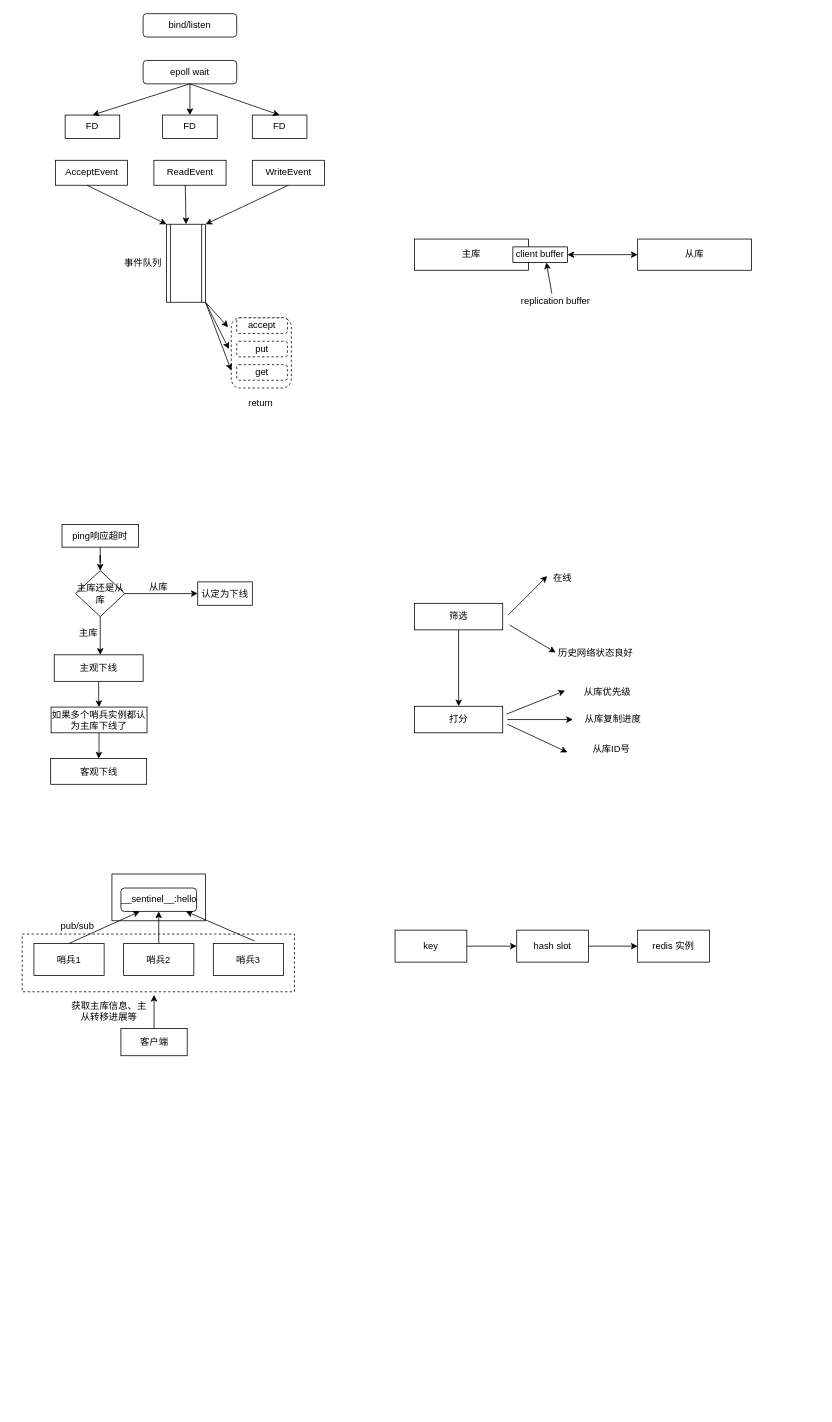
Above: Redis.drawio in BlankKelly/diagrams (draw.io), before the change. Source tidied: cells renumbered, new cells numbered last; positions are measured from the earlier drawing's top-left corner, leaving out a move shared by most shapes. Both pictures are drawn from the tidied source at 78%, with x=0, y=0 at pixel (22, 13).
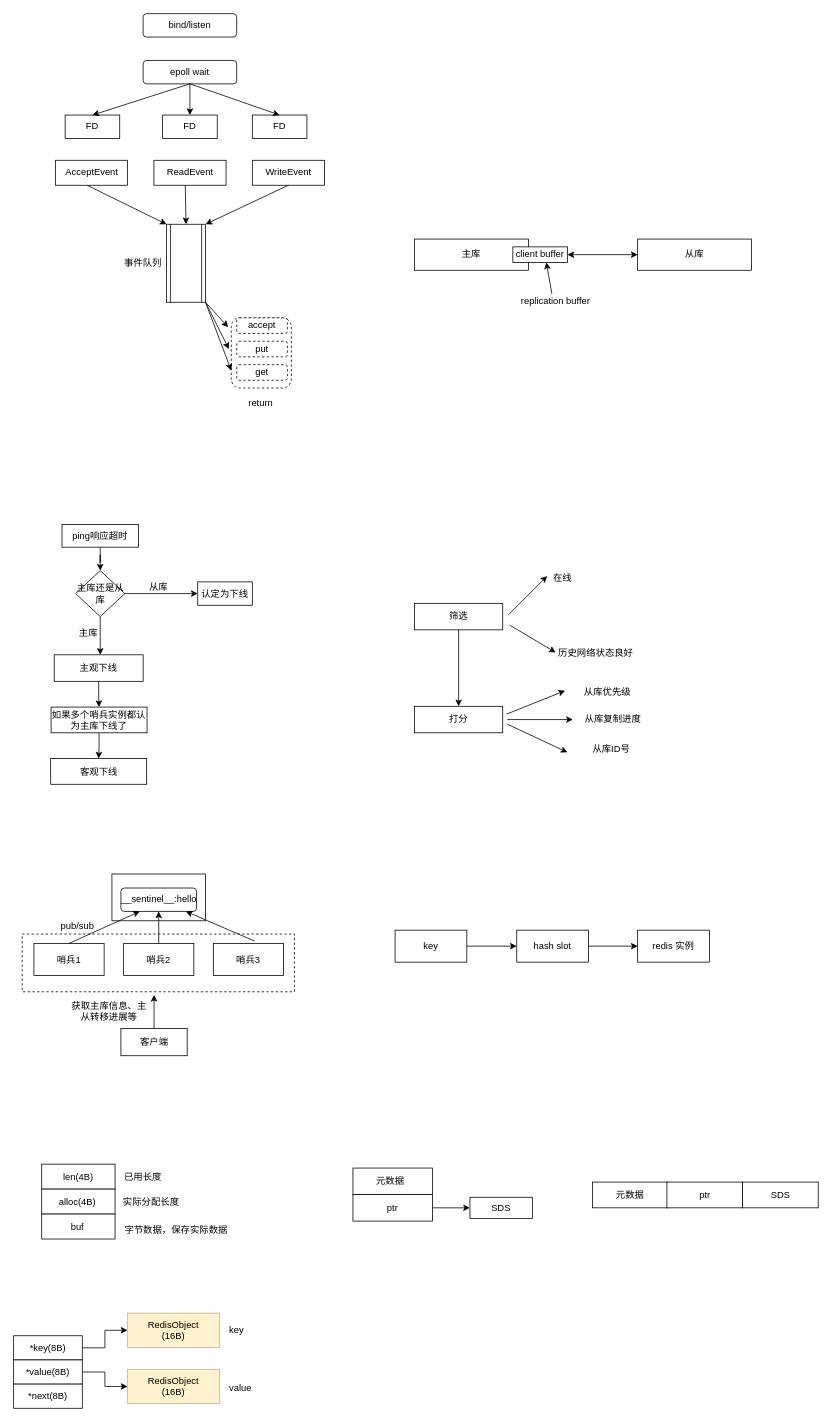
The same page after the edit.

Change to the diagram source:
```diff
@@
+    <mxCell id="76" style="rounded=0;whiteSpace=wrap;html=1;" parent="1" vertex="1">
+      <mxGeometry x="25" y="1475" width="94" height="32" as="geometry" />
+    </mxCell>
+    <mxCell id="77" style="rounded=0;whiteSpace=wrap;html=1;" parent="1" vertex="1">
+      <mxGeometry x="25" y="1507" width="94" height="32" as="geometry" />
+    </mxCell>
+    <mxCell id="78" style="rounded=0;whiteSpace=wrap;html=1;" parent="1" vertex="1">
+      <mxGeometry x="25" y="1539" width="94" height="32" as="geometry" />
+    </mxCell>
+    <mxCell id="79" value="len(4B)" style="text;html=1;strokeColor=none;fillColor=none;align=center;verticalAlign=middle;whiteSpace=wrap;rounded=0;" parent="1" vertex="1">
+      <mxGeometry x="42" y="1477" width="60" height="30" as="geometry" />
+    </mxCell>
+    <mxCell id="80" value="alloc(4B)" style="text;html=1;strokeColor=none;fillColor=none;align=center;verticalAlign=middle;whiteSpace=wrap;rounded=0;" parent="1" vertex="1">
+      <mxGeometry x="41" y="1509" width="60" height="30" as="geometry" />
+    </mxCell>
+    <mxCell id="81" value="buf" style="text;html=1;strokeColor=none;fillColor=none;align=center;verticalAlign=middle;whiteSpace=wrap;rounded=0;" parent="1" vertex="1">
+      <mxGeometry x="41" y="1541" width="60" height="30" as="geometry" />
+    </mxCell>
+    <mxCell id="82" value="已用长度" style="text;html=1;strokeColor=none;fillColor=none;align=center;verticalAlign=middle;whiteSpace=wrap;rounded=0;" parent="1" vertex="1">
+      <mxGeometry x="125" y="1477" width="60" height="30" as="geometry" />
+    </mxCell>
+    <mxCell id="83" value="字节数据，保存实际数据" style="text;html=1;strokeColor=none;fillColor=none;align=center;verticalAlign=middle;whiteSpace=wrap;rounded=0;" parent="1" vertex="1">
+      <mxGeometry x="115" y="1545" width="165" height="30" as="geometry" />
+    </mxCell>
+    <mxCell id="84" value="实际分配长度" style="text;html=1;strokeColor=none;fillColor=none;align=center;verticalAlign=middle;whiteSpace=wrap;rounded=0;" parent="1" vertex="1">
+      <mxGeometry x="111" y="1512.5" width="109" height="23" as="geometry" />
+    </mxCell>
+    <mxCell id="85" style="rounded=0;whiteSpace=wrap;html=1;" parent="1" vertex="1">
+      <mxGeometry x="424" y="1480" width="102" height="34" as="geometry" />
+    </mxCell>
+    <mxCell id="86" style="edgeStyle=orthogonalEdgeStyle;rounded=0;jettySize=auto;html=1;" parent="1" edge="1" source="87" target="90">
+      <mxGeometry relative="1" as="geometry" />
+    </mxCell>
+    <mxCell id="87" style="rounded=0;whiteSpace=wrap;html=1;" parent="1" vertex="1">
+      <mxGeometry x="424" y="1514" width="102" height="34" as="geometry" />
+    </mxCell>
+    <mxCell id="88" value="元数据" style="text;html=1;strokeColor=none;fillColor=none;align=center;verticalAlign=middle;whiteSpace=wrap;rounded=0;" parent="1" vertex="1">
+      <mxGeometry x="442" y="1482" width="60" height="30" as="geometry" />
+    </mxCell>
+    <mxCell id="89" value="ptr" style="text;html=1;strokeColor=none;fillColor=none;align=center;verticalAlign=middle;whiteSpace=wrap;rounded=0;" parent="1" vertex="1">
+      <mxGeometry x="445" y="1516" width="60" height="30" as="geometry" />
+    </mxCell>
+    <mxCell id="90" value="SDS" style="rounded=0;whiteSpace=wrap;html=1;" parent="1" vertex="1">
+      <mxGeometry x="574" y="1517.5" width="80" height="27" as="geometry" />
+    </mxCell>
+    <mxCell id="91" value="元数据" style="rounded=0;whiteSpace=wrap;html=1;" parent="1" vertex="1">
+      <mxGeometry x="731" y="1498" width="97" height="33" as="geometry" />
+    </mxCell>
+    <mxCell id="92" value="ptr" style="rounded=0;whiteSpace=wrap;html=1;" parent="1" vertex="1">
+      <mxGeometry x="826.5" y="1498" width="97" height="33" as="geometry" />
+    </mxCell>
+    <mxCell id="93" value="SDS" style="rounded=0;whiteSpace=wrap;html=1;" parent="1" vertex="1">
+      <mxGeometry x="923.5" y="1498" width="97" height="33" as="geometry" />
+    </mxCell>
+    <mxCell id="94" style="edgeStyle=orthogonalEdgeStyle;rounded=0;jettySize=auto;html=1;entryX=0;entryY=0.5;entryDx=0;entryDy=0;" parent="1" edge="1" source="95" target="99">
+      <mxGeometry relative="1" as="geometry" />
+    </mxCell>
+    <mxCell id="95" value="*key(8B)" style="rounded=0;whiteSpace=wrap;html=1;" parent="1" vertex="1">
+      <mxGeometry x="-11" y="1695" width="88" height="31" as="geometry" />
+    </mxCell>
+    <mxCell id="96" style="edgeStyle=orthogonalEdgeStyle;rounded=0;jettySize=auto;html=1;" parent="1" edge="1" source="97" target="100">
+      <mxGeometry relative="1" as="geometry" />
+    </mxCell>
+    <mxCell id="97" value="*value(8B)" style="rounded=0;whiteSpace=wrap;html=1;" parent="1" vertex="1">
+      <mxGeometry x="-11" y="1726" width="88" height="31" as="geometry" />
+    </mxCell>
+    <mxCell id="98" value="*next(8B)" style="rounded=0;whiteSpace=wrap;html=1;" parent="1" vertex="1">
+      <mxGeometry x="-11" y="1757" width="88" height="31" as="geometry" />
+    </mxCell>
+    <mxCell id="99" value="RedisObject&lt;br&gt;(16B)" style="rounded=0;whiteSpace=wrap;html=1;fillColor=#fff2cc;strokeColor=#d6b656;" parent="1" vertex="1">
+      <mxGeometry x="135" y="1666" width="118" height="44" as="geometry" />
+    </mxCell>
+    <mxCell id="100" value="RedisObject&lt;br&gt;(16B)" style="rounded=0;whiteSpace=wrap;html=1;fillColor=#fff2cc;strokeColor=#d6b656;" parent="1" vertex="1">
+      <mxGeometry x="135" y="1738" width="118" height="44" as="geometry" />
+    </mxCell>
+    <mxCell id="101" value="key" style="text;html=1;strokeColor=none;fillColor=none;align=center;verticalAlign=middle;whiteSpace=wrap;rounded=0;" parent="1" vertex="1">
+      <mxGeometry x="245" y="1673" width="60" height="30" as="geometry" />
+    </mxCell>
+    <mxCell id="102" value="value" style="text;html=1;strokeColor=none;fillColor=none;align=center;verticalAlign=middle;whiteSpace=wrap;rounded=0;" parent="1" vertex="1">
+      <mxGeometry x="250" y="1747" width="60" height="30" as="geometry" />
+    </mxCell>
```
